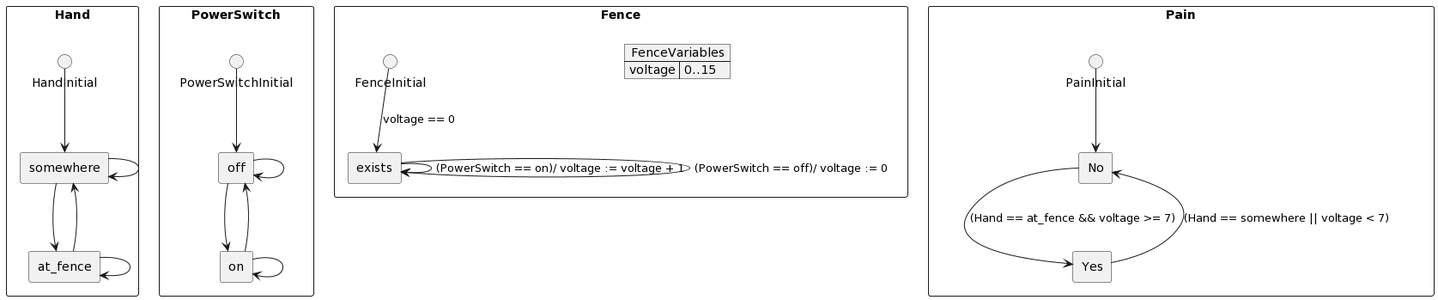
The PlantUML diagram doc/expose/diagram.png in ArianWeber/pg-tools, before a commit.
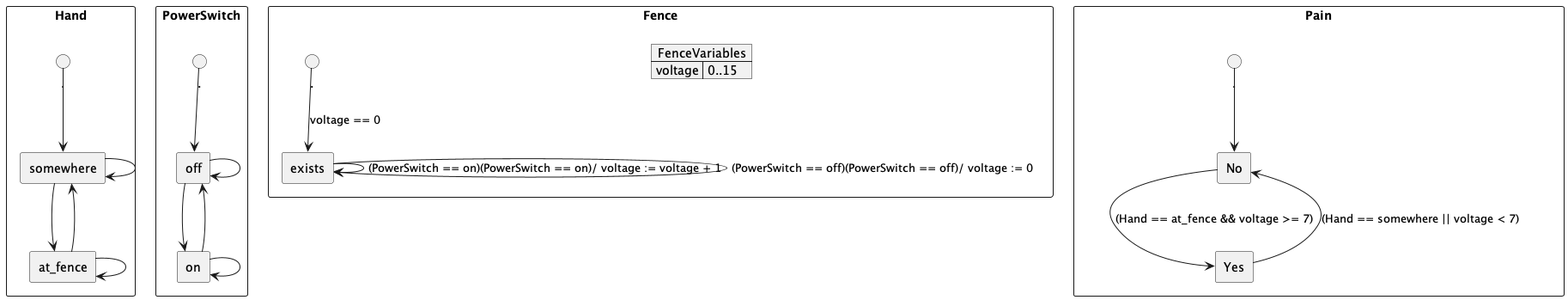
Above is the later version.

The edit, as a diff of the source:
```diff
@@ -1,43 +1,43 @@
-@startuml
+@startuml Programmgraph
 rectangle Hand {
-	rectangle somewhere
-	rectangle at_fence
-	somewhere --> somewhere
-	somewhere --> at_fence
-	at_fence --> somewhere
-	at_fence --> at_fence
-	circle HandInitial
-	HandInitial --> somewhere
+	rectangle somewhere as Hand_somewhere
+	rectangle at_fence as Hand_at_fence
+	Hand_somewhere --> Hand_somewhere
+	Hand_somewhere --> Hand_at_fence
+	Hand_at_fence --> Hand_somewhere
+	Hand_at_fence --> Hand_at_fence
+	circle "." as Hand_initial
+	Hand_initial --> Hand_somewhere
 }
 
 rectangle PowerSwitch {
-	rectangle off
-	rectangle on
-	off --> off
-	off --> on
-	on --> off
-	on --> on
-	circle PowerSwitchInitial
-	PowerSwitchInitial --> off
+	rectangle off as PowerSwitch_off
+	rectangle on as PowerSwitch_on
+	PowerSwitch_off --> PowerSwitch_off
+	PowerSwitch_off --> PowerSwitch_on
+	PowerSwitch_on --> PowerSwitch_off
+	PowerSwitch_on --> PowerSwitch_on
+	circle "." as PowerSwitch_initial
+	PowerSwitch_initial --> PowerSwitch_off
 }
 
 rectangle Fence {
-	rectangle exists
-	exists --> exists : (PowerSwitch == on)/ voltage := voltage + 1
-	exists --> exists : (PowerSwitch == off)/ voltage := 0
+	rectangle exists as Fence_exists
+	Fence_exists --> Fence_exists : (PowerSwitch == on)(PowerSwitch == on)/ voltage := voltage + 1
+	Fence_exists --> Fence_exists : (PowerSwitch == off)(PowerSwitch == off)/ voltage := 0
 	map FenceVariables {
 	voltage => 0..15
 	}
-	circle FenceInitial
-	FenceInitial --> exists: voltage == 0
+	circle "." as Fence_initial
+	Fence_initial --> Fence_exists: voltage == 0
 }
 
 rectangle Pain {
-	rectangle No
-	rectangle Yes
-	No --> Yes : (Hand == at_fence && voltage >= 7)
-	Yes --> No : (Hand == somewhere || voltage < 7)
-	circle PainInitial
-	PainInitial --> No
+	rectangle No as Pain_No
+	rectangle Yes as Pain_Yes
+	Pain_No --> Pain_Yes : (Hand == at_fence && voltage >= 7)
+	Pain_Yes --> Pain_No : (Hand == somewhere || voltage < 7)
+	circle "." as Pain_initial
+	Pain_initial --> Pain_No
 }
 @enduml
```
